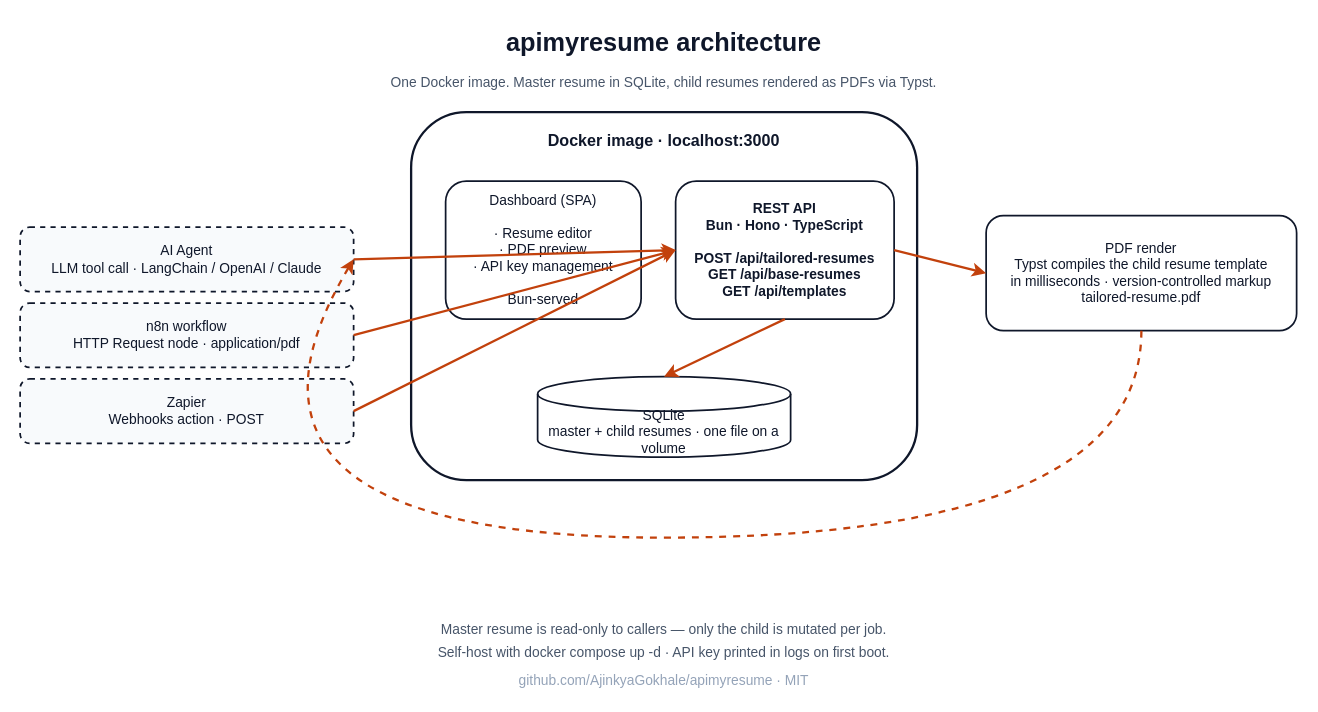
Earlier version of the draw.io diagram static/img/blog/apimyresume/architecture.drawio (AjinkyaGokhale/ajinkyagokhale.com). Source tidied: cells renumbered, new cells numbered last; positions are measured from the earlier drawing's top-left corner, leaving out a move shared by most shapes. Both pictures are drawn from the tidied source at 115%, with x=0, y=0 at pixel (20, 20).
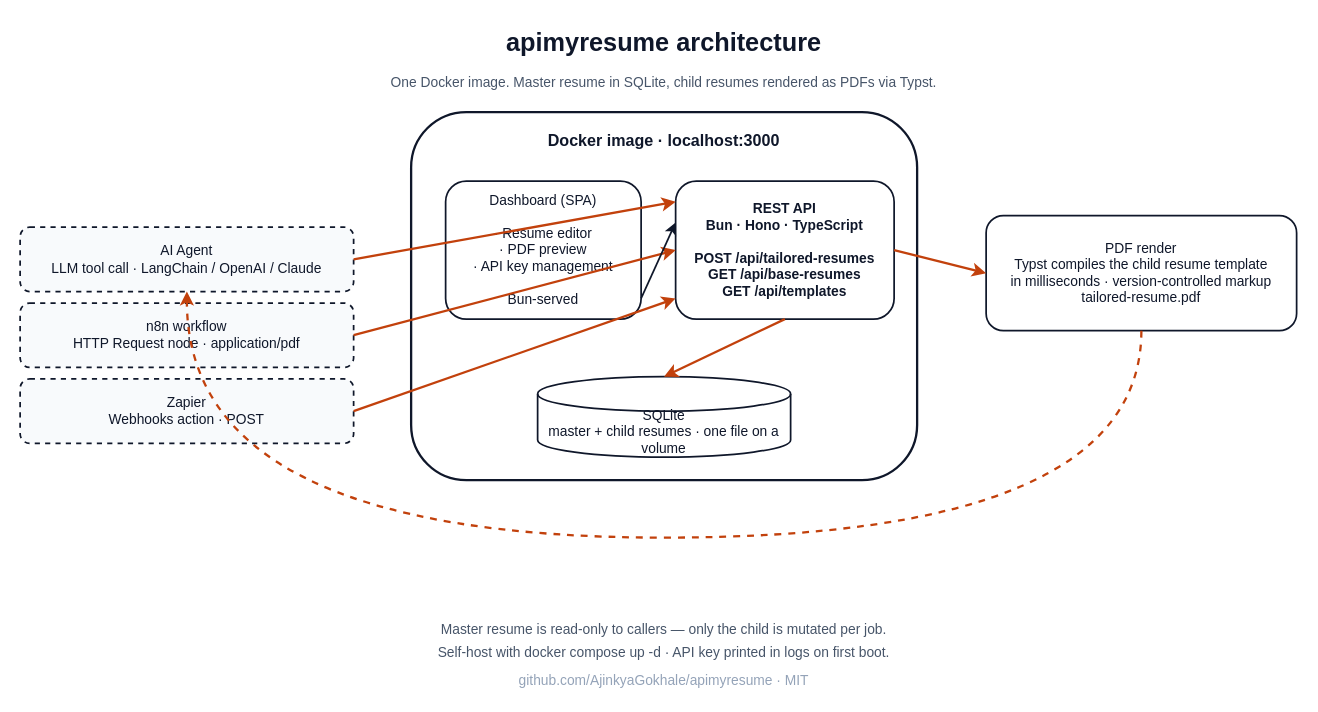
The same page after the edit.

Commit message (it also covers changes not shown here):
post: fix arrow routing in architecture diagram

Unchanged cells that the change refers to:
```xml
<mxCell id="5" value="Dashboard (SPA)&#10;&#10;· Resume editor&#10;· PDF preview&#10;· API key management&#10;&#10;Bun-served" style="rounded=1;whiteSpace=wrap;html=0;fillColor=#ffffff;strokeColor=#0f172a;strokeWidth=1.5;fontSize=12;align=center;verticalAlign=middle;fontColor=#0f172a;" parent="1" vertex="1">
  <mxGeometry x="370" y="140" width="170" height="120" as="geometry" />
</mxCell>
<mxCell id="6" value="REST API&#10;Bun · Hono · TypeScript&#10;&#10;POST /api/tailored-resumes&#10;GET  /api/base-resumes&#10;GET  /api/templates" style="rounded=1;whiteSpace=wrap;html=0;fillColor=#ffffff;strokeColor=#0f172a;strokeWidth=1.5;fontSize=12;fontStyle=1;align=center;verticalAlign=middle;fontColor=#0f172a;" parent="1" vertex="1">
  <mxGeometry x="570" y="140" width="190" height="120" as="geometry" />
</mxCell>
<mxCell id="8" value="AI Agent&#10;LLM tool call · LangChain / OpenAI / Claude" style="rounded=1;whiteSpace=wrap;html=0;fillColor=#f8fafc;strokeColor=#0f172a;strokeWidth=1.5;dashed=1;fontSize=12;align=center;verticalAlign=middle;fontColor=#0f172a;" parent="1" vertex="1">
  <mxGeometry y="180" width="290" height="56" as="geometry" />
</mxCell>
<mxCell id="10" value="Zapier&#10;Webhooks action · POST" style="rounded=1;whiteSpace=wrap;html=0;fillColor=#f8fafc;strokeColor=#0f172a;strokeWidth=1.5;dashed=1;fontSize=12;align=center;verticalAlign=middle;fontColor=#0f172a;" parent="1" vertex="1">
  <mxGeometry y="312" width="290" height="56" as="geometry" />
</mxCell>
<mxCell id="11" value="PDF render&#10;Typst compiles the child resume template&#10;in milliseconds · version-controlled markup&#10;tailored-resume.pdf" style="rounded=1;whiteSpace=wrap;html=0;fillColor=#ffffff;strokeColor=#0f172a;strokeWidth=1.5;fontSize=12;align=center;verticalAlign=middle;fontColor=#0f172a;" parent="1" vertex="1">
  <mxGeometry x="840" y="170" width="270" height="100" as="geometry" />
</mxCell>
```

The edit, as a diff of the source:
```diff
@@
-    <mxCell id="12" style="endArrow=classic;html=0;exitX=1;exitY=0.5;entryX=0;entryY=0.5;strokeColor=#c2410c;strokeWidth=2;" parent="1" edge="1" source="8" target="6">
+    <mxCell id="12" style="endArrow=classic;html=0;exitX=1;exitY=0.5;entryX=0;entryY=0.15;strokeColor=#c2410c;strokeWidth=2;" parent="1" edge="1" source="8" target="6">
       <mxGeometry relative="1" as="geometry" />
     </mxCell>
@@
-    <mxCell id="14" style="endArrow=classic;html=0;exitX=1;exitY=0.5;entryX=0;entryY=0.5;strokeColor=#c2410c;strokeWidth=2;" parent="1" edge="1" source="10" target="6">
+    <mxCell id="14" style="endArrow=classic;html=0;exitX=1;exitY=0.5;entryX=0;entryY=0.85;strokeColor=#c2410c;strokeWidth=2;" parent="1" edge="1" source="10" target="6">
       <mxGeometry relative="1" as="geometry" />
     </mxCell>
+    <mxCell id="21" style="endArrow=classic;html=0;exitX=1;exitY=0.85;entryX=0;entryY=0.3;strokeColor=#0f172a;strokeWidth=1.5;" parent="1" edge="1" source="5" target="6">
+      <mxGeometry relative="1" as="geometry" />
+    </mxCell>
@@
-    <mxCell id="17" style="endArrow=classic;html=0;exitX=0.5;exitY=1;entryX=0.5;entryY=0.5;curved=1;strokeColor=#c2410c;strokeWidth=2;dashed=1;" parent="1" edge="1" source="11" target="8">
+    <mxCell id="17" style="endArrow=classic;html=0;exitX=0.5;exitY=1;entryX=0.5;entryY=1;curved=1;strokeColor=#c2410c;strokeWidth=2;dashed=1;" parent="1" edge="1" source="11" target="8">
       <mxGeometry relative="1" as="geometry">
         <Array as="points">
           <mxPoint x="975" y="450" />
           <mxPoint x="145" y="450" />
         </Array>
       </mxGeometry>
     </mxCell>
```
